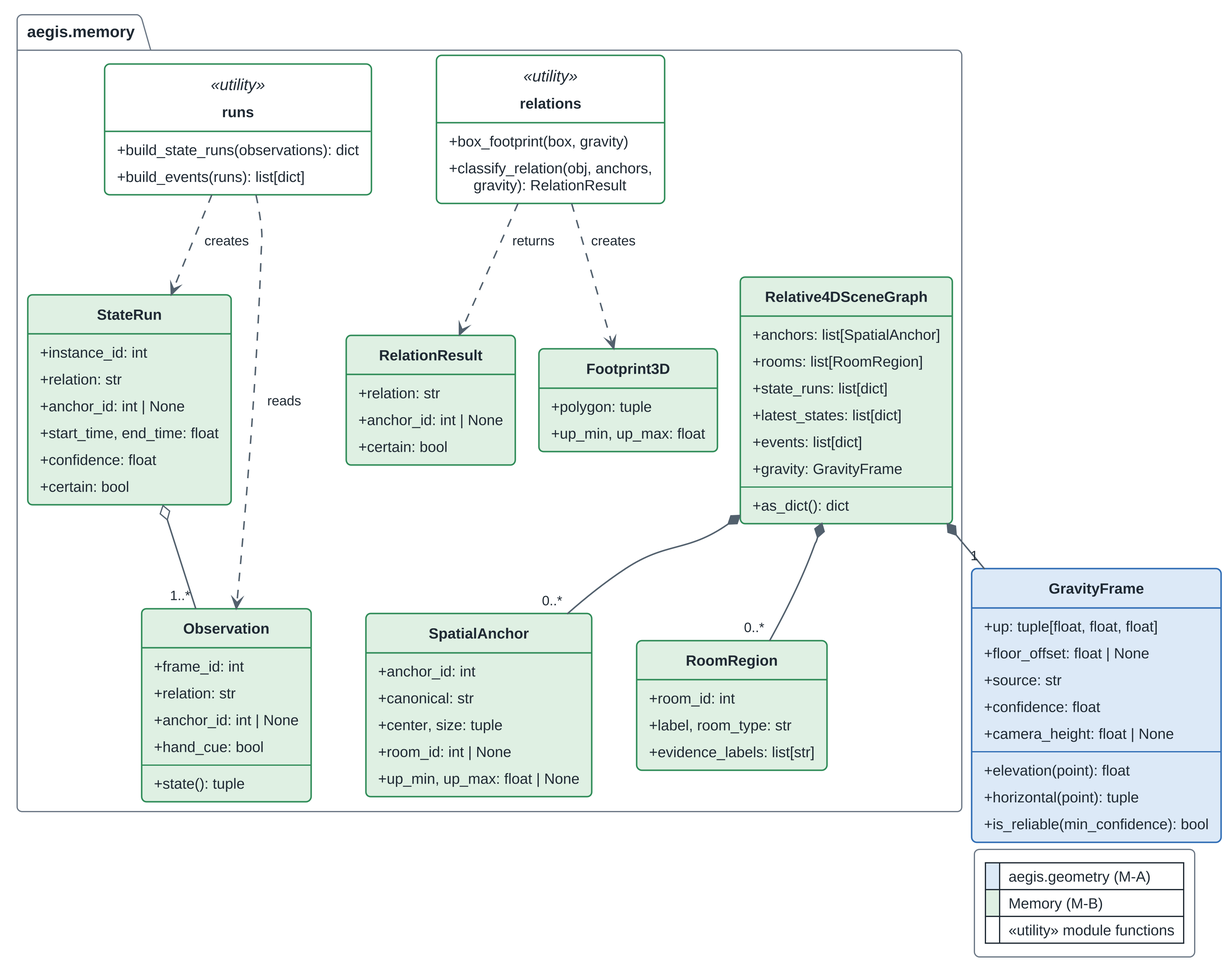
Earlier version of the PlantUML export fyp1FinalReport/ThesisFigs/ch7-class-memory-graph.png (fez-Ox/aegis). Source of this version:
```plantuml
@startuml ch7-class-memory-graph
!include _aegis_style.iuml
!include _aegis_class.iuml

class GravityFrame <<capture>> {
    +up: tuple[float, float, float]
    +floor_offset: float | None
    +source: str
    +confidence: float
    +camera_height: float | None
    --
    +elevation(point): float
    +horizontal(point): tuple
    +is_reliable(min_confidence): bool
}

package aegis.memory {
  class Relative4DSceneGraph <<memory>> {
    +anchors: list[SpatialAnchor]
    +rooms: list[RoomRegion]
    +state_runs: list[dict]
    +latest_states: list[dict]
    +events: list[dict]
    +gravity: GravityFrame
    --
    +as_dict(): dict
  }
  class SpatialAnchor <<memory>> {
    +anchor_id: int
    +canonical: str
    +center, size: tuple
    +room_id: int | None
    +up_min, up_max: float | None
  }
  class RoomRegion <<memory>> {
    +room_id: int
    +label, room_type: str
    +evidence_labels: list[str]
  }
  class StateRun <<memory>> {
    +instance_id: int
    +relation: str
    +anchor_id: int | None
    +start_time, end_time: float
    +confidence: float
    +certain: bool
  }
  class Observation <<memory>> {
    +frame_id: int
    +relation: str
    +anchor_id: int | None
    +hand_cue: bool
    --
    +state(): tuple
  }
  class RelationResult <<memory>> {
    +relation: str
    +anchor_id: int | None
    +certain: bool
  }
  class Footprint3D <<memory>> {
    +polygon: tuple
    +up_min, up_max: float
  }
  class "relations" as relations <<utility>> {
    +box_footprint(box, gravity)
    +classify_relation(obj, anchors,\n      gravity): RelationResult
  }
  class "runs" as runs <<utility>> {
    +build_state_runs(observations): dict
    +build_events(runs): list[dict]
  }
}
skinparam class<<utility>> {
  BackgroundColor #FFFFFF
  BorderColor $MB_BORDER
}

Relative4DSceneGraph *-- "0..*" SpatialAnchor
Relative4DSceneGraph *-- "0..*" RoomRegion
Relative4DSceneGraph *-- "1" GravityFrame
StateRun o-- "1..*" Observation
relations ..> Footprint3D : creates
relations ..> RelationResult : returns
runs ..> Observation : reads
runs ..> StateRun : creates
RelationResult -[hidden]- SpatialAnchor
Footprint3D -[hidden]- RoomRegion

legend bottom right
  |<#DCE9F7> | aegis.geometry (M-A) |
  |<#DFF0E3> | Memory (M-B) |
  |<#FFFFFF> | «utility» module functions |
endlegend
@enduml
```
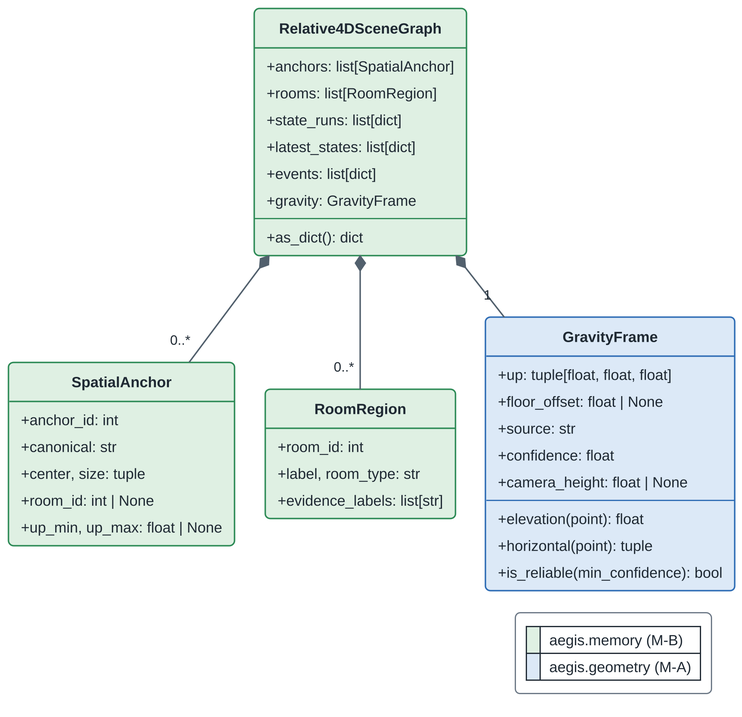
After the change.

What changed in the source:
```diff
@@ -2,94 +2,46 @@
 !include _aegis_style.iuml
 !include _aegis_class.iuml
 
+class Relative4DSceneGraph <<memory>> {
+  +anchors: list[SpatialAnchor]
+  +rooms: list[RoomRegion]
+  +state_runs: list[dict]
+  +latest_states: list[dict]
+  +events: list[dict]
+  +gravity: GravityFrame
+  --
+  +as_dict(): dict
+}
+class SpatialAnchor <<memory>> {
+  +anchor_id: int
+  +canonical: str
+  +center, size: tuple
+  +room_id: int | None
+  +up_min, up_max: float | None
+}
+class RoomRegion <<memory>> {
+  +room_id: int
+  +label, room_type: str
+  +evidence_labels: list[str]
+}
 class GravityFrame <<capture>> {
-    +up: tuple[float, float, float]
-    +floor_offset: float | None
-    +source: str
-    +confidence: float
-    +camera_height: float | None
-    --
-    +elevation(point): float
-    +horizontal(point): tuple
-    +is_reliable(min_confidence): bool
-}
-
-package aegis.memory {
-  class Relative4DSceneGraph <<memory>> {
-    +anchors: list[SpatialAnchor]
-    +rooms: list[RoomRegion]
-    +state_runs: list[dict]
-    +latest_states: list[dict]
-    +events: list[dict]
-    +gravity: GravityFrame
-    --
-    +as_dict(): dict
-  }
-  class SpatialAnchor <<memory>> {
-    +anchor_id: int
-    +canonical: str
-    +center, size: tuple
-    +room_id: int | None
-    +up_min, up_max: float | None
-  }
-  class RoomRegion <<memory>> {
-    +room_id: int
-    +label, room_type: str
-    +evidence_labels: list[str]
-  }
-  class StateRun <<memory>> {
-    +instance_id: int
-    +relation: str
-    +anchor_id: int | None
-    +start_time, end_time: float
-    +confidence: float
-    +certain: bool
-  }
-  class Observation <<memory>> {
-    +frame_id: int
-    +relation: str
-    +anchor_id: int | None
-    +hand_cue: bool
-    --
-    +state(): tuple
-  }
-  class RelationResult <<memory>> {
-    +relation: str
-    +anchor_id: int | None
-    +certain: bool
-  }
-  class Footprint3D <<memory>> {
-    +polygon: tuple
-    +up_min, up_max: float
-  }
-  class "relations" as relations <<utility>> {
-    +box_footprint(box, gravity)
-    +classify_relation(obj, anchors,\n      gravity): RelationResult
-  }
-  class "runs" as runs <<utility>> {
-    +build_state_runs(observations): dict
-    +build_events(runs): list[dict]
-  }
-}
-skinparam class<<utility>> {
-  BackgroundColor #FFFFFF
-  BorderColor $MB_BORDER
+  +up: tuple[float, float, float]
+  +floor_offset: float | None
+  +source: str
+  +confidence: float
+  +camera_height: float | None
+  --
+  +elevation(point): float
+  +horizontal(point): tuple
+  +is_reliable(min_confidence): bool
 }
 
 Relative4DSceneGraph *-- "0..*" SpatialAnchor
 Relative4DSceneGraph *-- "0..*" RoomRegion
 Relative4DSceneGraph *-- "1" GravityFrame
-StateRun o-- "1..*" Observation
-relations ..> Footprint3D : creates
-relations ..> RelationResult : returns
-runs ..> Observation : reads
-runs ..> StateRun : creates
-RelationResult -[hidden]- SpatialAnchor
-Footprint3D -[hidden]- RoomRegion
 
-legend bottom right
+legend right
+  |<#DFF0E3> | aegis.memory (M-B) |
   |<#DCE9F7> | aegis.geometry (M-A) |
-  |<#DFF0E3> | Memory (M-B) |
-  |<#FFFFFF> | «utility» module functions |
 endlegend
 @enduml
```
